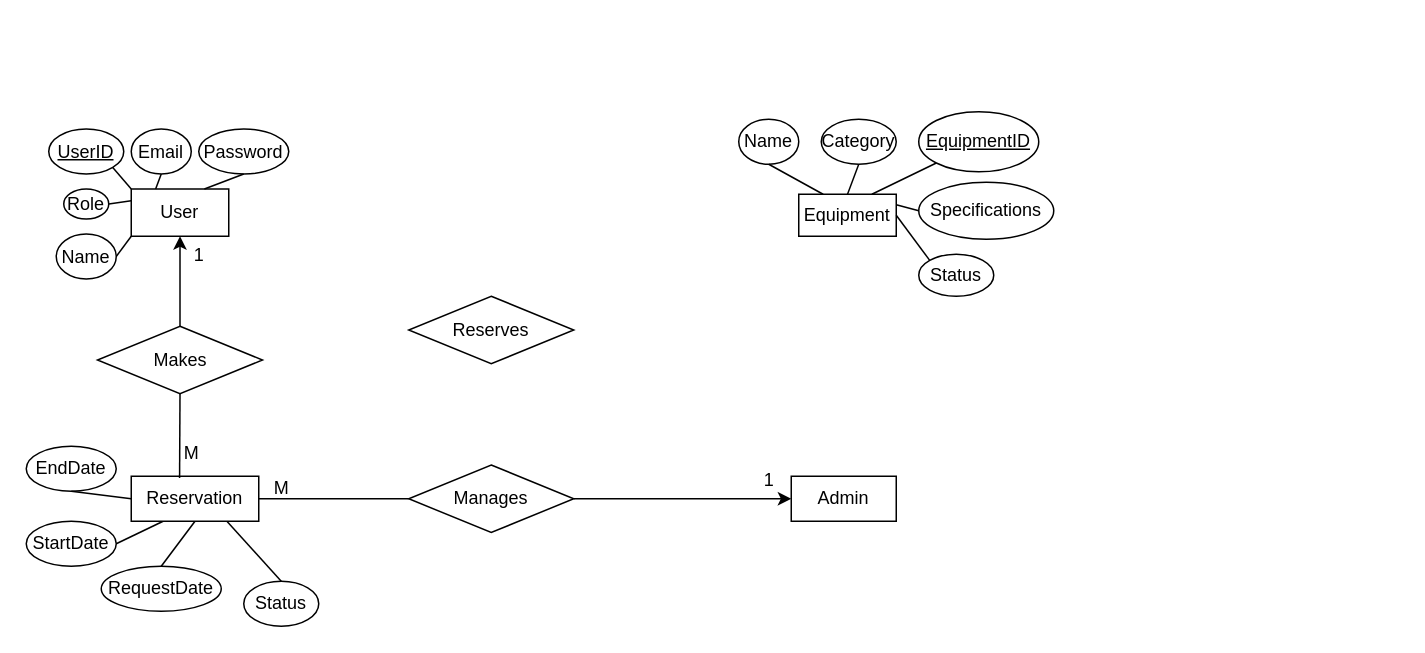
Earlier version of the draw.io diagram Documents/CptS451_Lab_Equipment_Project.drawio (killacoug9/CPTS-451-Group-Project). Source tidied: cells renumbered, new cells numbered last; positions are measured from the earlier drawing's top-left corner, leaving out a move shared by most shapes. Both pictures are drawn from the tidied source at 150%, with x=0, y=0 at pixel (26, 111).
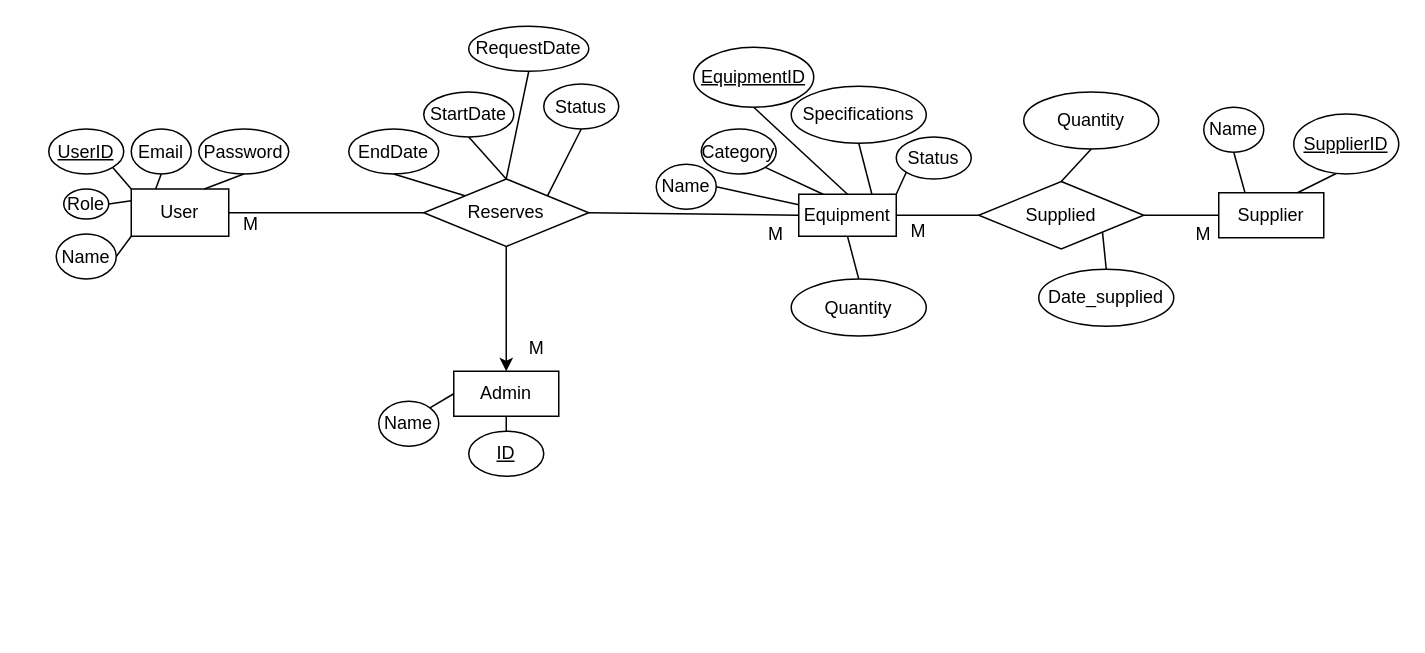
The same page after the edit.

Unchanged cells that the change refers to:
```xml
<mxCell id="2" value="User" style="whiteSpace=wrap;html=1;align=center;" parent="1" vertex="1">
  <mxGeometry x="70" y="51.5" width="65" height="31.5" as="geometry" />
</mxCell>
<mxCell id="3" value="Equipment" style="whiteSpace=wrap;html=1;align=center;" parent="1" vertex="1">
  <mxGeometry x="515" y="55" width="65" height="28" as="geometry" />
</mxCell>
```

What changed in the source:
```diff
@@
     <mxCell id="14" value="EquipmentID" style="ellipse;whiteSpace=wrap;html=1;align=center;fontStyle=4;" parent="1" vertex="1">
-      <mxGeometry x="595" width="80" height="40" as="geometry" />
+      <mxGeometry x="445" y="-43" width="80" height="40" as="geometry" />
     </mxCell>
     <mxCell id="15" value="Name" style="ellipse;whiteSpace=wrap;html=1;align=center;" parent="1" vertex="1">
-      <mxGeometry x="475" y="5" width="40" height="30" as="geometry" />
+      <mxGeometry x="420" y="35" width="40" height="30" as="geometry" />
     </mxCell>
     <mxCell id="16" value="Category" style="ellipse;whiteSpace=wrap;html=1;align=center;" parent="1" vertex="1">
-      <mxGeometry x="530" y="5" width="50" height="30" as="geometry" />
+      <mxGeometry x="450" y="11.5" width="50" height="30" as="geometry" />
     </mxCell>
     <mxCell id="17" value="Specifications" style="ellipse;whiteSpace=wrap;html=1;align=center;" parent="1" vertex="1">
-      <mxGeometry x="595" y="47" width="90" height="38" as="geometry" />
+      <mxGeometry x="510" y="-17" width="90" height="38" as="geometry" />
     </mxCell>
     <mxCell id="18" value="Status" style="ellipse;whiteSpace=wrap;html=1;align=center;" parent="1" vertex="1">
-      <mxGeometry x="595" y="95" width="50" height="28" as="geometry" />
+      <mxGeometry x="580" y="16.8" width="50" height="28" as="geometry" />
     </mxCell>
-    <mxCell id="19" style="endArrow=none;html=1;rounded=0;entryX=0.5;entryY=1;entryDx=0;entryDy=0;exitX=0.25;exitY=0;exitDx=0;exitDy=0;" parent="1" edge="1" source="3" target="15">
+    <mxCell id="19" style="endArrow=none;html=1;rounded=0;entryX=1;entryY=0.5;entryDx=0;entryDy=0;exitX=0;exitY=0.25;exitDx=0;exitDy=0;" parent="1" edge="1" source="3" target="15">
       <mxGeometry relative="1" as="geometry" />
     </mxCell>
-    <mxCell id="20" style="endArrow=none;html=1;rounded=0;entryX=0.5;entryY=1;entryDx=0;entryDy=0;exitX=0.5;exitY=0;exitDx=0;exitDy=0;" parent="1" edge="1" source="3" target="16">
+    <mxCell id="20" style="endArrow=none;html=1;rounded=0;entryX=1;entryY=1;entryDx=0;entryDy=0;exitX=0.25;exitY=0;exitDx=0;exitDy=0;" parent="1" edge="1" source="3" target="16">
       <mxGeometry relative="1" as="geometry" />
     </mxCell>
-    <mxCell id="21" style="endArrow=none;html=1;rounded=0;entryX=0;entryY=1;entryDx=0;entryDy=0;exitX=0.75;exitY=0;exitDx=0;exitDy=0;" parent="1" edge="1" source="3" target="14">
+    <mxCell id="21" style="endArrow=none;html=1;rounded=0;entryX=0.5;entryY=1;entryDx=0;entryDy=0;exitX=0.5;exitY=0;exitDx=0;exitDy=0;" parent="1" edge="1" source="3" target="14">
       <mxGeometry relative="1" as="geometry" />
     </mxCell>
-    <mxCell id="22" style="endArrow=none;html=1;rounded=0;entryX=0;entryY=0.5;entryDx=0;entryDy=0;exitX=1;exitY=0.25;exitDx=0;exitDy=0;" parent="1" edge="1" source="3" target="17">
+    <mxCell id="22" style="endArrow=none;html=1;rounded=0;entryX=0.5;entryY=1;entryDx=0;entryDy=0;exitX=0.75;exitY=0;exitDx=0;exitDy=0;" parent="1" edge="1" source="3" target="17">
       <mxGeometry relative="1" as="geometry" />
     </mxCell>
-    <mxCell id="23" style="endArrow=none;html=1;rounded=0;entryX=0;entryY=0;entryDx=0;entryDy=0;exitX=1;exitY=0.5;exitDx=0;exitDy=0;" parent="1" edge="1" source="3" target="18">
+    <mxCell id="23" style="endArrow=none;html=1;rounded=0;entryX=0;entryY=1;entryDx=0;entryDy=0;exitX=1;exitY=0;exitDx=0;exitDy=0;" parent="1" edge="1" source="3" target="18">
       <mxGeometry relative="1" as="geometry" />
     </mxCell>
     <mxCell id="24" value="StartDate" style="ellipse;whiteSpace=wrap;html=1;align=center;" parent="1" vertex="1">
-      <mxGeometry y="273" width="60" height="30" as="geometry" />
+      <mxGeometry x="265" y="-13.2" width="60" height="30" as="geometry" />
     </mxCell>
     <mxCell id="25" value="EndDate" style="ellipse;whiteSpace=wrap;html=1;align=center;" parent="1" vertex="1">
-      <mxGeometry y="223" width="60" height="30" as="geometry" />
+      <mxGeometry x="215" y="11.5" width="60" height="30" as="geometry" />
     </mxCell>
     <mxCell id="26" value="RequestDate" style="ellipse;whiteSpace=wrap;html=1;align=center;" parent="1" vertex="1">
-      <mxGeometry x="50" y="303" width="80" height="30" as="geometry" />
+      <mxGeometry x="295" y="-57" width="80" height="30" as="geometry" />
     </mxCell>
     <mxCell id="27" value="Status" style="ellipse;whiteSpace=wrap;html=1;align=center;" parent="1" vertex="1">
-      <mxGeometry x="145" y="313" width="50" height="30" as="geometry" />
+      <mxGeometry x="345" y="-18.5" width="50" height="30" as="geometry" />
     </mxCell>
-    <mxCell id="28" style="endArrow=none;html=1;rounded=0;entryX=1;entryY=0.5;entryDx=0;entryDy=0;exitX=0.25;exitY=1;exitDx=0;exitDy=0;" parent="1" edge="1" source="32" target="24">
+    <mxCell id="28" style="endArrow=none;html=1;rounded=0;entryX=0.5;entryY=1;entryDx=0;entryDy=0;exitX=0.5;exitY=0;exitDx=0;exitDy=0;" parent="1" edge="1" source="36" target="24">
       <mxGeometry relative="1" as="geometry" />
     </mxCell>
-    <mxCell id="29" style="endArrow=none;html=1;rounded=0;entryX=0.5;entryY=1;entryDx=0;entryDy=0;exitX=0;exitY=0.5;exitDx=0;exitDy=0;" parent="1" edge="1" source="32" target="25">
+    <mxCell id="29" style="endArrow=none;html=1;rounded=0;entryX=0.5;entryY=1;entryDx=0;entryDy=0;exitX=0;exitY=0;exitDx=0;exitDy=0;" parent="1" edge="1" source="36" target="25">
       <mxGeometry relative="1" as="geometry" />
     </mxCell>
-    <mxCell id="30" style="endArrow=none;html=1;rounded=0;entryX=0.5;entryY=0;entryDx=0;entryDy=0;exitX=0.5;exitY=1;exitDx=0;exitDy=0;" parent="1" edge="1" source="32" target="26">
+    <mxCell id="30" style="endArrow=none;html=1;rounded=0;entryX=0.5;entryY=1;entryDx=0;entryDy=0;exitX=0.5;exitY=0;exitDx=0;exitDy=0;" parent="1" edge="1" source="36" target="26">
       <mxGeometry relative="1" as="geometry" />
     </mxCell>
-    <mxCell id="31" style="endArrow=none;html=1;rounded=0;entryX=0.5;entryY=0;entryDx=0;entryDy=0;exitX=0.75;exitY=1;exitDx=0;exitDy=0;" parent="1" edge="1" source="32" target="27">
+    <mxCell id="31" style="endArrow=none;html=1;rounded=0;entryX=0.5;entryY=1;entryDx=0;entryDy=0;exitX=1;exitY=0;exitDx=0;exitDy=0;" parent="1" edge="1" source="36" target="27">
       <mxGeometry relative="1" as="geometry" />
     </mxCell>
-    <mxCell id="32" value="Reservation" style="whiteSpace=wrap;html=1;align=center;" parent="1" vertex="1">
-      <mxGeometry x="70" y="243" width="85" height="30" as="geometry" />
-    </mxCell>
     <mxCell id="33" value="Admin" style="whiteSpace=wrap;html=1;align=center;" parent="1" vertex="1">
-      <mxGeometry x="510" y="243" width="70" height="30" as="geometry" />
+      <mxGeometry x="285" y="173" width="70" height="30" as="geometry" />
     </mxCell>
-    <mxCell id="34" value="Manages" style="shape=rhombus;perimeter=rhombusPerimeter;whiteSpace=wrap;html=1;align=center;" parent="1" vertex="1">
-      <mxGeometry x="255" y="235.5" width="110" height="45" as="geometry" />
-    </mxCell>
-    <mxCell id="35" value="Makes" style="shape=rhombus;perimeter=rhombusPerimeter;whiteSpace=wrap;html=1;align=center;" parent="1" vertex="1">
-      <mxGeometry x="47.5" y="143" width="110" height="45" as="geometry" />
-    </mxCell>
     <mxCell id="36" value="Reserves" style="shape=rhombus;perimeter=rhombusPerimeter;whiteSpace=wrap;html=1;align=center;" parent="1" vertex="1">
-      <mxGeometry x="255" y="123" width="110" height="45" as="geometry" />
+      <mxGeometry x="265" y="44.8" width="110" height="45" as="geometry" />
     </mxCell>
-    <mxCell id="37" style="endArrow=classic;html=1;rounded=0;entryX=0;entryY=0.5;entryDx=0;entryDy=0;exitX=1;exitY=0.5;exitDx=0;exitDy=0;" parent="1" edge="1" source="34" target="33">
+    <mxCell id="37" style="endArrow=classic;html=1;rounded=0;entryX=0.5;entryY=0;entryDx=0;entryDy=0;exitX=0.5;exitY=1;exitDx=0;exitDy=0;" parent="1" edge="1" source="36" target="33">
       <mxGeometry relative="1" as="geometry" />
     </mxCell>
-    <mxCell id="38" style="endArrow=none;html=1;rounded=0;entryX=0;entryY=0.5;entryDx=0;entryDy=0;exitX=1;exitY=0.5;exitDx=0;exitDy=0;" parent="1" edge="1" source="32" target="34">
-      <mxGeometry relative="1" as="geometry" />
-    </mxCell>
     <mxCell id="39" value="M" style="text;html=1;align=center;verticalAlign=middle;strokeColor=none;fillColor=none;" parent="1" vertex="1">
-      <mxGeometry x="155" y="235.5" width="30" height="30" as="geometry" />
+      <mxGeometry x="325" y="143" width="30" height="30" as="geometry" />
     </mxCell>
-    <mxCell id="40" value="1" style="text;html=1;align=center;verticalAlign=middle;strokeColor=none;fillColor=none;" parent="1" vertex="1">
-      <mxGeometry x="480" y="231" width="30" height="30" as="geometry" />
-    </mxCell>
-    <mxCell id="41" style="endArrow=classic;html=1;rounded=0;entryX=0.5;entryY=1;entryDx=0;entryDy=0;exitX=0.5;exitY=0;exitDx=0;exitDy=0;" parent="1" edge="1" source="35" target="2">
-      <mxGeometry relative="1" as="geometry" />
-    </mxCell>
-    <mxCell id="42" value="1" style="text;html=1;align=center;verticalAlign=middle;strokeColor=none;fillColor=none;" parent="1" vertex="1">
-      <mxGeometry x="100" y="81" width="30" height="30" as="geometry" />
-    </mxCell>
-    <mxCell id="43" style="endArrow=none;html=1;rounded=0;entryX=0.5;entryY=1;entryDx=0;entryDy=0;exitX=0.379;exitY=0.037;exitDx=0;exitDy=0;exitPerimeter=0;" parent="1" edge="1" source="32" target="35">
-      <mxGeometry relative="1" as="geometry" />
-    </mxCell>
-    <mxCell id="44" value="M" style="text;html=1;align=center;verticalAlign=middle;strokeColor=none;fillColor=none;" parent="1" vertex="1">
-      <mxGeometry x="95" y="213" width="30" height="30" as="geometry" />
-    </mxCell>
+    <mxCell id="45" style="endArrow=none;html=1;rounded=0;entryX=0;entryY=0.5;entryDx=0;entryDy=0;exitX=1;exitY=0.5;exitDx=0;exitDy=0;" parent="1" edge="1" source="36" target="3">
+      <mxGeometry relative="1" as="geometry" />
+    </mxCell>
+    <mxCell id="46" style="endArrow=none;html=1;rounded=0;entryX=0;entryY=0.5;entryDx=0;entryDy=0;exitX=1;exitY=0.5;exitDx=0;exitDy=0;" parent="1" edge="1" source="2" target="36">
+      <mxGeometry relative="1" as="geometry" />
+    </mxCell>
+    <mxCell id="47" value="M" style="text;html=1;align=center;verticalAlign=middle;whiteSpace=wrap;rounded=0;" parent="1" vertex="1">
+      <mxGeometry x="135" y="65" width="30" height="20" as="geometry" />
+    </mxCell>
+    <mxCell id="48" value="M" style="text;html=1;align=center;verticalAlign=middle;whiteSpace=wrap;rounded=0;" parent="1" vertex="1">
+      <mxGeometry x="490" y="71.5" width="20" height="20" as="geometry" />
+    </mxCell>
+    <mxCell id="49" value="Supplier" style="whiteSpace=wrap;html=1;align=center;" parent="1" vertex="1">
+      <mxGeometry x="795" y="54" width="70" height="30" as="geometry" />
+    </mxCell>
+    <mxCell id="50" style="endArrow=none;edgeStyle=orthogonalEdgeStyle;rounded=0;jettySize=auto;html=1;exitX=1;exitY=0.5;exitDx=0;exitDy=0;entryX=0;entryY=0.5;entryDx=0;entryDy=0;" parent="1" edge="1" source="52" target="49">
+      <mxGeometry relative="1" as="geometry" />
+    </mxCell>
+    <mxCell id="51" style="endArrow=none;rounded=0;jettySize=auto;html=1;exitX=0;exitY=0.5;exitDx=0;exitDy=0;entryX=1;entryY=0.5;entryDx=0;entryDy=0;" parent="1" edge="1" source="52" target="3">
+      <mxGeometry relative="1" as="geometry" />
+    </mxCell>
+    <mxCell id="52" value="Supplied" style="shape=rhombus;perimeter=rhombusPerimeter;whiteSpace=wrap;html=1;align=center;" parent="1" vertex="1">
+      <mxGeometry x="635" y="46.5" width="110" height="45" as="geometry" />
+    </mxCell>
+    <mxCell id="53" value="Name" style="ellipse;whiteSpace=wrap;html=1;align=center;" parent="1" vertex="1">
+      <mxGeometry x="785" y="-3" width="40" height="30" as="geometry" />
+    </mxCell>
+    <mxCell id="54" style="endArrow=none;html=1;rounded=0;entryX=0.433;entryY=0.967;entryDx=0;entryDy=0;exitX=0.75;exitY=0;exitDx=0;exitDy=0;entryPerimeter=0;" parent="1" edge="1" source="49" target="68">
+      <mxGeometry relative="1" as="geometry" />
+    </mxCell>
+    <mxCell id="55" style="endArrow=none;html=1;rounded=0;entryX=0.5;entryY=1;entryDx=0;entryDy=0;exitX=0.25;exitY=0;exitDx=0;exitDy=0;" parent="1" edge="1" source="49" target="53">
+      <mxGeometry relative="1" as="geometry" />
+    </mxCell>
+    <mxCell id="56" value="M" style="text;html=1;align=center;verticalAlign=middle;whiteSpace=wrap;rounded=0;" parent="1" vertex="1">
+      <mxGeometry x="775" y="71.5" width="20" height="20" as="geometry" />
+    </mxCell>
+    <mxCell id="57" value="M" style="text;html=1;align=center;verticalAlign=middle;whiteSpace=wrap;rounded=0;" parent="1" vertex="1">
+      <mxGeometry x="585" y="69.8" width="20" height="20" as="geometry" />
+    </mxCell>
+    <mxCell id="58" value="Quantity" style="ellipse;whiteSpace=wrap;html=1;align=center;" parent="1" vertex="1">
+      <mxGeometry x="510" y="111.5" width="90" height="38" as="geometry" />
+    </mxCell>
+    <mxCell id="59" style="endArrow=none;html=1;rounded=0;entryX=0.5;entryY=1;entryDx=0;entryDy=0;exitX=0.5;exitY=0;exitDx=0;exitDy=0;" parent="1" edge="1" source="58" target="3">
+      <mxGeometry relative="1" as="geometry" />
+    </mxCell>
+    <mxCell id="60" value="Quantity" style="ellipse;whiteSpace=wrap;html=1;align=center;" parent="1" vertex="1">
+      <mxGeometry x="665" y="-13.2" width="90" height="38" as="geometry" />
+    </mxCell>
+    <mxCell id="61" style="endArrow=none;html=1;rounded=0;entryX=0.5;entryY=0;entryDx=0;entryDy=0;exitX=0.5;exitY=1;exitDx=0;exitDy=0;" parent="1" edge="1" source="60" target="52">
+      <mxGeometry relative="1" as="geometry" />
+    </mxCell>
+    <mxCell id="62" value="Date_supplied" style="ellipse;whiteSpace=wrap;html=1;align=center;" parent="1" vertex="1">
+      <mxGeometry x="675" y="105" width="90" height="38" as="geometry" />
+    </mxCell>
+    <mxCell id="63" style="endArrow=none;html=1;rounded=0;entryX=1;entryY=1;entryDx=0;entryDy=0;exitX=0.5;exitY=0;exitDx=0;exitDy=0;" parent="1" edge="1" source="62" target="52">
+      <mxGeometry relative="1" as="geometry" />
+    </mxCell>
+    <mxCell id="64" value="ID" style="ellipse;whiteSpace=wrap;html=1;align=center;fontStyle=4;" parent="1" vertex="1">
+      <mxGeometry x="295" y="213" width="50" height="30" as="geometry" />
+    </mxCell>
+    <mxCell id="65" value="Name" style="ellipse;whiteSpace=wrap;html=1;align=center;" parent="1" vertex="1">
+      <mxGeometry x="235" y="193" width="40" height="30" as="geometry" />
+    </mxCell>
+    <mxCell id="66" style="endArrow=none;html=1;rounded=0;exitX=1;exitY=0;exitDx=0;exitDy=0;entryX=0;entryY=0.5;entryDx=0;entryDy=0;" parent="1" edge="1" source="65" target="33">
+      <mxGeometry relative="1" as="geometry" />
+    </mxCell>
+    <mxCell id="67" style="endArrow=none;html=1;rounded=0;exitX=0.5;exitY=0;exitDx=0;exitDy=0;entryX=0.5;entryY=1;entryDx=0;entryDy=0;" parent="1" edge="1" source="64" target="33">
+      <mxGeometry relative="1" as="geometry" />
+    </mxCell>
+    <mxCell id="68" value="SupplierID" style="ellipse;whiteSpace=wrap;html=1;align=center;fontStyle=4;" parent="1" vertex="1">
+      <mxGeometry x="845" y="1.5" width="70" height="40" as="geometry" />
+    </mxCell>
```
